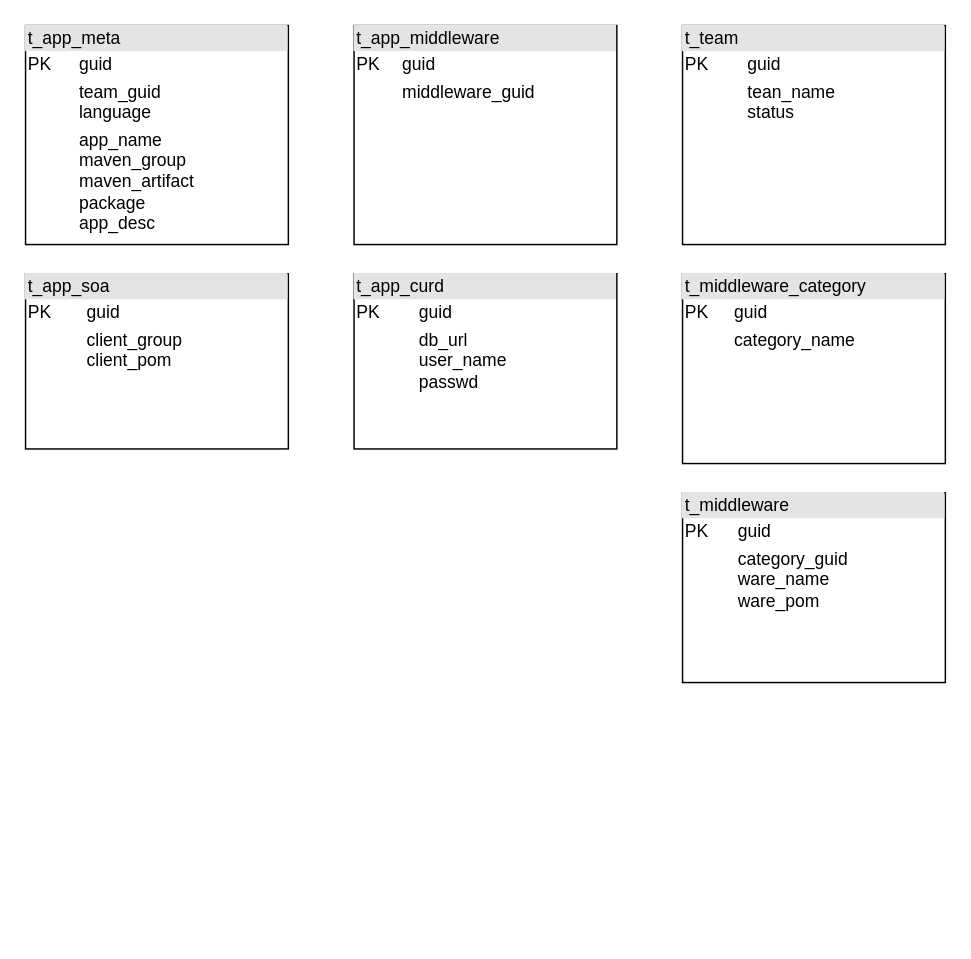
Earlier version of the draw.io diagram helloboot-framework.drawio (zyhui98/drawio). Source tidied: cells renumbered, new cells numbered last; positions are measured from the earlier drawing's top-left corner, leaving out a move shared by most shapes. Both pictures are drawn from the tidied source at 146%, with x=0, y=0 at pixel (25, 25).
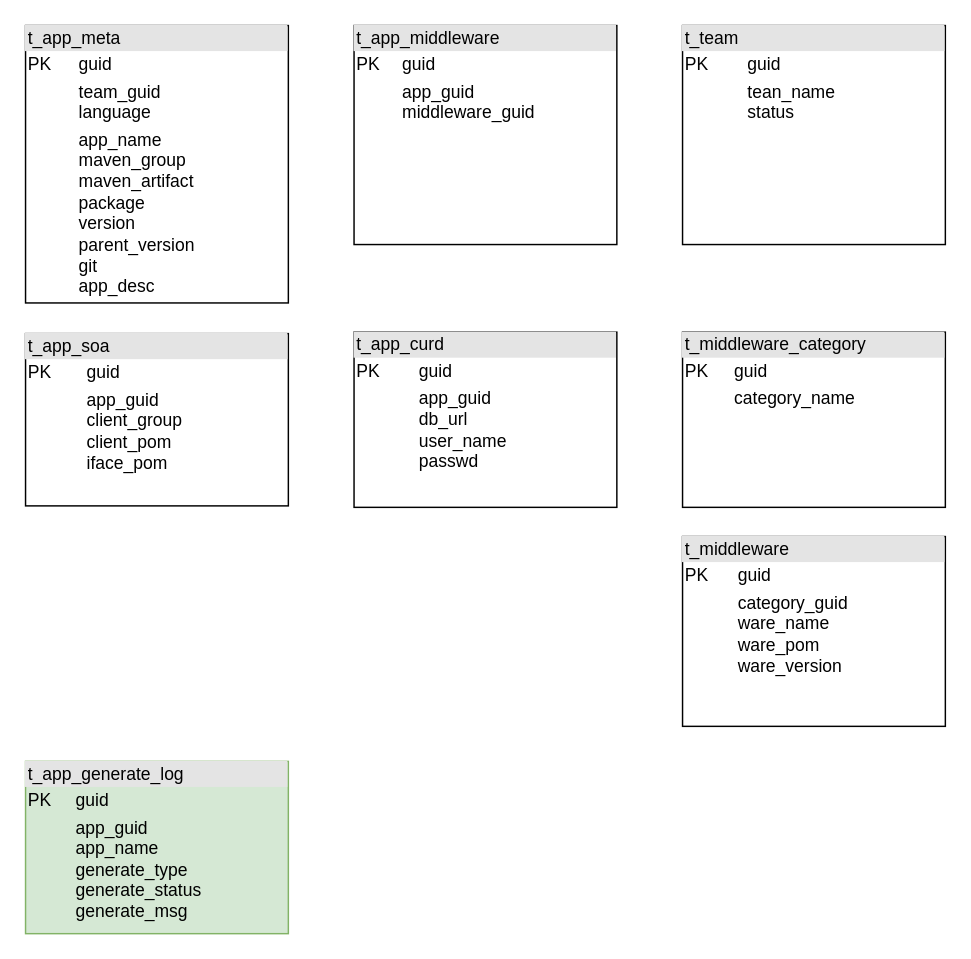
Above is the later version.

Diff of the diagram source:
```diff
@@
 <mxGraphModel>
   <root>
     <mxCell id="0" />
     <mxCell id="1" parent="0" />
-    <mxCell id="2" value="&lt;div style=&quot;box-sizing: border-box ; width: 100% ; background: #e4e4e4 ; padding: 2px&quot;&gt;t_app_meta&lt;/div&gt;&lt;table style=&quot;width: 100% ; font-size: 1em&quot; cellpadding=&quot;2&quot; cellspacing=&quot;0&quot;&gt;&lt;tbody&gt;&lt;tr&gt;&lt;td&gt;PK&lt;/td&gt;&lt;td&gt;guid&lt;/td&gt;&lt;/tr&gt;&lt;tr&gt;&lt;td&gt;&lt;br&gt;&lt;/td&gt;&lt;td&gt;team_guid&lt;br&gt;language&lt;/td&gt;&lt;/tr&gt;&lt;tr&gt;&lt;td&gt;&lt;/td&gt;&lt;td&gt;app_name&lt;br&gt;maven_group&lt;br&gt;maven_artifact&lt;br&gt;package&lt;br&gt;app_desc&lt;br&gt;&lt;br&gt;&lt;br&gt;&lt;/td&gt;&lt;/tr&gt;&lt;/tbody&gt;&lt;/table&gt;" style="verticalAlign=top;align=left;overflow=fill;html=1;" parent="1" vertex="1">
-      <mxGeometry width="180" height="150" as="geometry" />
+    <mxCell id="2" value="&lt;div style=&quot;box-sizing: border-box ; width: 100% ; background: #e4e4e4 ; padding: 2px&quot;&gt;t_app_meta&lt;/div&gt;&lt;table style=&quot;width: 100% ; font-size: 1em&quot; cellpadding=&quot;2&quot; cellspacing=&quot;0&quot;&gt;&lt;tbody&gt;&lt;tr&gt;&lt;td&gt;PK&lt;/td&gt;&lt;td&gt;guid&lt;/td&gt;&lt;/tr&gt;&lt;tr&gt;&lt;td&gt;&lt;br&gt;&lt;/td&gt;&lt;td&gt;team_guid&lt;br&gt;language&lt;/td&gt;&lt;/tr&gt;&lt;tr&gt;&lt;td&gt;&lt;/td&gt;&lt;td&gt;app_name&lt;br&gt;maven_group&lt;br&gt;maven_artifact&lt;br&gt;package&lt;br&gt;version&lt;br&gt;parent_version&lt;br&gt;git&lt;br&gt;app_desc&lt;br&gt;&lt;br&gt;&lt;br&gt;&lt;/td&gt;&lt;/tr&gt;&lt;/tbody&gt;&lt;/table&gt;" style="verticalAlign=top;align=left;overflow=fill;html=1;" parent="1" vertex="1">
+      <mxGeometry width="180" height="190" as="geometry" />
     </mxCell>
-    <mxCell id="3" value="&lt;div style=&quot;box-sizing: border-box ; width: 100% ; background: #e4e4e4 ; padding: 2px&quot;&gt;t_app_middleware&lt;/div&gt;&lt;table style=&quot;width: 100% ; font-size: 1em&quot; cellpadding=&quot;2&quot; cellspacing=&quot;0&quot;&gt;&lt;tbody&gt;&lt;tr&gt;&lt;td&gt;PK&lt;/td&gt;&lt;td&gt;guid&lt;/td&gt;&lt;/tr&gt;&lt;tr&gt;&lt;td&gt;&lt;br&gt;&lt;/td&gt;&lt;td&gt;middleware_guid&lt;br&gt;&lt;br&gt;&lt;/td&gt;&lt;/tr&gt;&lt;tr&gt;&lt;td&gt;&lt;/td&gt;&lt;td&gt;&lt;br&gt;&lt;br&gt;&lt;/td&gt;&lt;/tr&gt;&lt;/tbody&gt;&lt;/table&gt;" style="verticalAlign=top;align=left;overflow=fill;html=1;" parent="1" vertex="1">
+    <mxCell id="3" value="&lt;div style=&quot;box-sizing: border-box ; width: 100% ; background: #e4e4e4 ; padding: 2px&quot;&gt;t_app_middleware&lt;/div&gt;&lt;table style=&quot;width: 100% ; font-size: 1em&quot; cellpadding=&quot;2&quot; cellspacing=&quot;0&quot;&gt;&lt;tbody&gt;&lt;tr&gt;&lt;td&gt;PK&lt;/td&gt;&lt;td&gt;guid&lt;/td&gt;&lt;/tr&gt;&lt;tr&gt;&lt;td&gt;&lt;br&gt;&lt;/td&gt;&lt;td&gt;app_guid&lt;br&gt;middleware_guid&lt;br&gt;&lt;br&gt;&lt;/td&gt;&lt;/tr&gt;&lt;tr&gt;&lt;td&gt;&lt;/td&gt;&lt;td&gt;&lt;br&gt;&lt;br&gt;&lt;/td&gt;&lt;/tr&gt;&lt;/tbody&gt;&lt;/table&gt;" style="verticalAlign=top;align=left;overflow=fill;html=1;" parent="1" vertex="1">
       <mxGeometry x="225" width="180" height="150" as="geometry" />
     </mxCell>
     <mxCell id="4" value="&lt;div style=&quot;box-sizing: border-box ; width: 100% ; background: #e4e4e4 ; padding: 2px&quot;&gt;t_middleware_category&lt;/div&gt;&lt;table style=&quot;width: 100% ; font-size: 1em&quot; cellpadding=&quot;2&quot; cellspacing=&quot;0&quot;&gt;&lt;tbody&gt;&lt;tr&gt;&lt;td&gt;PK&lt;/td&gt;&lt;td&gt;guid&lt;/td&gt;&lt;/tr&gt;&lt;tr&gt;&lt;td&gt;&lt;br&gt;&lt;/td&gt;&lt;td&gt;category_name&lt;br&gt;&lt;/td&gt;&lt;/tr&gt;&lt;tr&gt;&lt;td&gt;&lt;/td&gt;&lt;td&gt;&lt;br&gt;&lt;br&gt;&lt;br&gt;&lt;/td&gt;&lt;/tr&gt;&lt;/tbody&gt;&lt;/table&gt;" style="verticalAlign=top;align=left;overflow=fill;html=1;" parent="1" vertex="1">
-      <mxGeometry x="450" y="170" width="180" height="130" as="geometry" />
+      <mxGeometry x="450" y="210" width="180" height="120" as="geometry" />
     </mxCell>
     <mxCell id="5" value="&lt;div style=&quot;box-sizing: border-box ; width: 100% ; background: #e4e4e4 ; padding: 2px&quot;&gt;t_team&lt;/div&gt;&lt;table style=&quot;width: 100% ; font-size: 1em&quot; cellpadding=&quot;2&quot; cellspacing=&quot;0&quot;&gt;&lt;tbody&gt;&lt;tr&gt;&lt;td&gt;PK&lt;/td&gt;&lt;td&gt;guid&lt;/td&gt;&lt;/tr&gt;&lt;tr&gt;&lt;td&gt;&lt;br&gt;&lt;/td&gt;&lt;td&gt;tean_name&lt;br&gt;status&lt;/td&gt;&lt;/tr&gt;&lt;tr&gt;&lt;td&gt;&lt;/td&gt;&lt;td&gt;&lt;br&gt;&lt;br&gt;&lt;br&gt;&lt;/td&gt;&lt;/tr&gt;&lt;/tbody&gt;&lt;/table&gt;" style="verticalAlign=top;align=left;overflow=fill;html=1;" parent="1" vertex="1">
       <mxGeometry x="450" width="180" height="150" as="geometry" />
     </mxCell>
-    <mxCell id="6" value="&lt;div style=&quot;box-sizing: border-box ; width: 100% ; background: #e4e4e4 ; padding: 2px&quot;&gt;t_middleware&lt;/div&gt;&lt;table style=&quot;width: 100% ; font-size: 1em&quot; cellpadding=&quot;2&quot; cellspacing=&quot;0&quot;&gt;&lt;tbody&gt;&lt;tr&gt;&lt;td&gt;PK&lt;/td&gt;&lt;td&gt;guid&lt;/td&gt;&lt;/tr&gt;&lt;tr&gt;&lt;td&gt;&lt;br&gt;&lt;/td&gt;&lt;td&gt;category_guid&lt;br&gt;ware_name&lt;br&gt;ware_pom&lt;br&gt;&lt;br&gt;&lt;br&gt;&lt;/td&gt;&lt;/tr&gt;&lt;tr&gt;&lt;td&gt;&lt;/td&gt;&lt;td&gt;&lt;br&gt;&lt;br&gt;&lt;br&gt;&lt;/td&gt;&lt;/tr&gt;&lt;/tbody&gt;&lt;/table&gt;" style="verticalAlign=top;align=left;overflow=fill;html=1;" parent="1" vertex="1">
-      <mxGeometry x="450" y="320" width="180" height="130" as="geometry" />
+    <mxCell id="6" value="&lt;div style=&quot;box-sizing: border-box ; width: 100% ; background: #e4e4e4 ; padding: 2px&quot;&gt;t_middleware&lt;/div&gt;&lt;table style=&quot;width: 100% ; font-size: 1em&quot; cellpadding=&quot;2&quot; cellspacing=&quot;0&quot;&gt;&lt;tbody&gt;&lt;tr&gt;&lt;td&gt;PK&lt;/td&gt;&lt;td&gt;guid&lt;/td&gt;&lt;/tr&gt;&lt;tr&gt;&lt;td&gt;&lt;br&gt;&lt;/td&gt;&lt;td&gt;category_guid&lt;br&gt;ware_name&lt;br&gt;ware_pom&lt;br&gt;ware_version&lt;br&gt;&lt;br&gt;&lt;br&gt;&lt;/td&gt;&lt;/tr&gt;&lt;tr&gt;&lt;td&gt;&lt;/td&gt;&lt;td&gt;&lt;br&gt;&lt;br&gt;&lt;br&gt;&lt;/td&gt;&lt;/tr&gt;&lt;/tbody&gt;&lt;/table&gt;" style="verticalAlign=top;align=left;overflow=fill;html=1;" parent="1" vertex="1">
+      <mxGeometry x="450" y="350" width="180" height="130" as="geometry" />
     </mxCell>
-    <mxCell id="7" value="&lt;div style=&quot;box-sizing: border-box ; width: 100% ; background: #e4e4e4 ; padding: 2px&quot;&gt;t_app_soa&lt;/div&gt;&lt;table style=&quot;width: 100% ; font-size: 1em&quot; cellpadding=&quot;2&quot; cellspacing=&quot;0&quot;&gt;&lt;tbody&gt;&lt;tr&gt;&lt;td&gt;PK&lt;/td&gt;&lt;td&gt;guid&lt;/td&gt;&lt;/tr&gt;&lt;tr&gt;&lt;td&gt;&lt;br&gt;&lt;/td&gt;&lt;td&gt;client_group&lt;br&gt;client_pom&lt;br&gt;&lt;br&gt;&lt;/td&gt;&lt;/tr&gt;&lt;tr&gt;&lt;td&gt;&lt;/td&gt;&lt;td&gt;&lt;br&gt;&lt;br&gt;&lt;/td&gt;&lt;/tr&gt;&lt;/tbody&gt;&lt;/table&gt;" style="verticalAlign=top;align=left;overflow=fill;html=1;" parent="1" vertex="1">
-      <mxGeometry y="170" width="180" height="120" as="geometry" />
+    <mxCell id="7" value="&lt;div style=&quot;box-sizing: border-box ; width: 100% ; background: #e4e4e4 ; padding: 2px&quot;&gt;t_app_soa&lt;/div&gt;&lt;table style=&quot;width: 100% ; font-size: 1em&quot; cellpadding=&quot;2&quot; cellspacing=&quot;0&quot;&gt;&lt;tbody&gt;&lt;tr&gt;&lt;td&gt;PK&lt;/td&gt;&lt;td&gt;guid&lt;/td&gt;&lt;/tr&gt;&lt;tr&gt;&lt;td&gt;&lt;br&gt;&lt;/td&gt;&lt;td&gt;app_guid&lt;br&gt;client_group&lt;br&gt;client_pom&lt;br&gt;iface_pom&lt;br&gt;&lt;br&gt;&lt;/td&gt;&lt;/tr&gt;&lt;tr&gt;&lt;td&gt;&lt;/td&gt;&lt;td&gt;&lt;br&gt;&lt;br&gt;&lt;/td&gt;&lt;/tr&gt;&lt;/tbody&gt;&lt;/table&gt;" style="verticalAlign=top;align=left;overflow=fill;html=1;" parent="1" vertex="1">
+      <mxGeometry y="211" width="180" height="118" as="geometry" />
     </mxCell>
-    <mxCell id="8" value="&lt;div style=&quot;box-sizing: border-box ; width: 100% ; background: #e4e4e4 ; padding: 2px&quot;&gt;t_app_curd&lt;/div&gt;&lt;table style=&quot;width: 100% ; font-size: 1em&quot; cellpadding=&quot;2&quot; cellspacing=&quot;0&quot;&gt;&lt;tbody&gt;&lt;tr&gt;&lt;td&gt;PK&lt;/td&gt;&lt;td&gt;guid&lt;/td&gt;&lt;/tr&gt;&lt;tr&gt;&lt;td&gt;&lt;br&gt;&lt;/td&gt;&lt;td&gt;db_url&lt;br&gt;user_name&lt;br&gt;passwd&lt;br&gt;&lt;br&gt;&lt;br&gt;&lt;/td&gt;&lt;/tr&gt;&lt;tr&gt;&lt;td&gt;&lt;/td&gt;&lt;td&gt;&lt;br&gt;&lt;br&gt;&lt;/td&gt;&lt;/tr&gt;&lt;/tbody&gt;&lt;/table&gt;" style="verticalAlign=top;align=left;overflow=fill;html=1;" parent="1" vertex="1">
-      <mxGeometry x="225" y="170" width="180" height="120" as="geometry" />
+    <mxCell id="8" value="&lt;div style=&quot;box-sizing: border-box ; width: 100% ; background: #e4e4e4 ; padding: 2px&quot;&gt;t_app_curd&lt;/div&gt;&lt;table style=&quot;width: 100% ; font-size: 1em&quot; cellpadding=&quot;2&quot; cellspacing=&quot;0&quot;&gt;&lt;tbody&gt;&lt;tr&gt;&lt;td&gt;PK&lt;/td&gt;&lt;td&gt;guid&lt;/td&gt;&lt;/tr&gt;&lt;tr&gt;&lt;td&gt;&lt;br&gt;&lt;/td&gt;&lt;td&gt;app_guid&lt;br&gt;db_url&lt;br&gt;user_name&lt;br&gt;passwd&lt;br&gt;&lt;br&gt;&lt;/td&gt;&lt;/tr&gt;&lt;tr&gt;&lt;td&gt;&lt;/td&gt;&lt;td&gt;&lt;br&gt;&lt;br&gt;&lt;/td&gt;&lt;/tr&gt;&lt;/tbody&gt;&lt;/table&gt;" style="verticalAlign=top;align=left;overflow=fill;html=1;" parent="1" vertex="1">
+      <mxGeometry x="225" y="210" width="180" height="120" as="geometry" />
     </mxCell>
+    <mxCell id="9" value="&lt;div style=&quot;box-sizing: border-box ; width: 100% ; background: #e4e4e4 ; padding: 2px&quot;&gt;t_app_generate_log&lt;/div&gt;&lt;table style=&quot;width: 100% ; font-size: 1em&quot; cellpadding=&quot;2&quot; cellspacing=&quot;0&quot;&gt;&lt;tbody&gt;&lt;tr&gt;&lt;td&gt;PK&lt;/td&gt;&lt;td&gt;guid&lt;/td&gt;&lt;/tr&gt;&lt;tr&gt;&lt;td&gt;&lt;br&gt;&lt;/td&gt;&lt;td&gt;app_guid&lt;br&gt;app_name&lt;br&gt;generate_type&lt;br&gt;generate_status&lt;br&gt;generate_msg&lt;br&gt;&lt;br&gt;&lt;/td&gt;&lt;/tr&gt;&lt;tr&gt;&lt;td&gt;&lt;/td&gt;&lt;td&gt;&lt;br&gt;&lt;br&gt;&lt;/td&gt;&lt;/tr&gt;&lt;/tbody&gt;&lt;/table&gt;" style="verticalAlign=top;align=left;overflow=fill;html=1;fillColor=#d5e8d4;strokeColor=#82b366;" parent="1" vertex="1">
+      <mxGeometry y="504" width="180" height="118" as="geometry" />
+    </mxCell>
   </root>
 </mxGraphModel>
```
